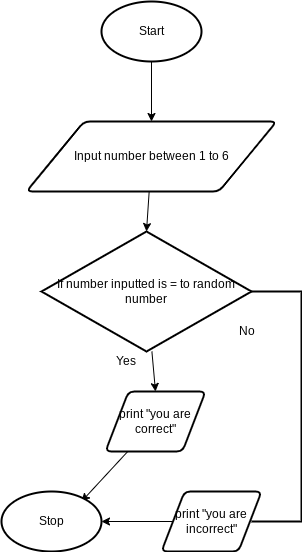
Before: design/flowchart.png, a diagram exported from draw.io (marshall-demars/ICS2O-Unit5-01-HTML). Source tidied: cells renumbered, new cells last; positions are measured from the earlier drawing's top-left corner, leaving out a move shared by most shapes.
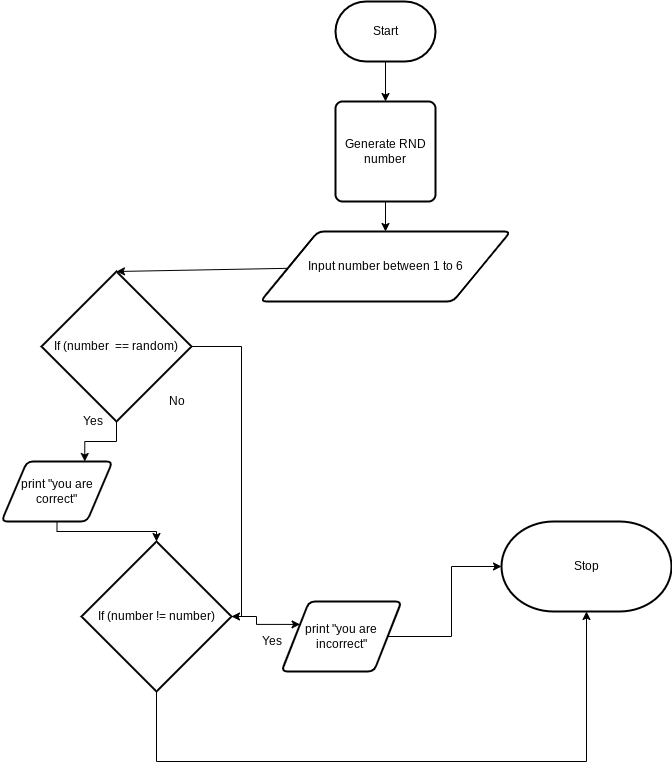
After the commit.

What changed in the source:
```diff
@@ -2,49 +2,75 @@
   <root>
     <mxCell id="0" />
     <mxCell id="1" parent="0" />
-    <mxCell id="2" style="edgeStyle=none;html=1;" parent="1" edge="1" source="3" target="5">
-      <mxGeometry relative="1" as="geometry" />
-    </mxCell>
-    <mxCell id="3" value="Start" style="strokeWidth=2;html=1;shape=mxgraph.flowchart.start_1;whiteSpace=wrap;" parent="1" vertex="1">
-      <mxGeometry x="100" width="100" height="60" as="geometry" />
-    </mxCell>
     <mxCell id="4" style="edgeStyle=none;html=1;entryX=0.5;entryY=0;entryDx=0;entryDy=0;entryPerimeter=0;" parent="1" edge="1" source="5" target="7">
       <mxGeometry relative="1" as="geometry" />
     </mxCell>
     <mxCell id="5" value="Input number between 1 to 6" style="shape=parallelogram;html=1;strokeWidth=2;perimeter=parallelogramPerimeter;whiteSpace=wrap;rounded=1;arcSize=12;size=0.23;" parent="1" vertex="1">
-      <mxGeometry x="25" y="120" width="250" height="70" as="geometry" />
+      <mxGeometry x="29" y="190" width="250" height="70" as="geometry" />
     </mxCell>
-    <mxCell id="6" style="edgeStyle=none;html=1;entryX=0.5;entryY=0;entryDx=0;entryDy=0;" parent="1" edge="1" source="7" target="9">
+    <mxCell id="6" style="edgeStyle=orthogonalEdgeStyle;html=1;entryX=0.75;entryY=0;entryDx=0;entryDy=0;rounded=0;" parent="1" edge="1" source="7" target="9">
       <mxGeometry relative="1" as="geometry" />
     </mxCell>
+    <mxCell id="16" style="edgeStyle=orthogonalEdgeStyle;shape=connector;rounded=0;html=1;labelBackgroundColor=default;fontFamily=Helvetica;fontSize=11;fontColor=default;endArrow=classic;strokeColor=default;entryX=1;entryY=0.5;entryDx=0;entryDy=0;entryPerimeter=0;" parent="1" edge="1" source="7" target="24">
+      <mxGeometry relative="1" as="geometry">
+        <Array as="points">
+          <mxPoint x="10" y="305" />
+          <mxPoint x="10" y="575" />
+        </Array>
+      </mxGeometry>
+    </mxCell>
-    <mxCell id="7" value="If number inputted is = to random number" style="strokeWidth=2;html=1;shape=mxgraph.flowchart.decision;whiteSpace=wrap;" parent="1" vertex="1">
-      <mxGeometry x="40" y="230" width="210" height="120" as="geometry" />
+    <mxCell id="7" value="If (number&amp;nbsp; == random)" style="strokeWidth=2;html=1;shape=mxgraph.flowchart.decision;whiteSpace=wrap;" parent="1" vertex="1">
+      <mxGeometry x="-190" y="230" width="150" height="150" as="geometry" />
     </mxCell>
-    <mxCell id="8" style="edgeStyle=none;html=1;" parent="1" edge="1" source="9">
-      <mxGeometry relative="1" as="geometry">
-        <mxPoint x="80" y="500" as="targetPoint" />
-      </mxGeometry>
-    </mxCell>
+    <mxCell id="17" style="edgeStyle=orthogonalEdgeStyle;shape=connector;rounded=0;html=1;entryX=0.5;entryY=0;entryDx=0;entryDy=0;entryPerimeter=0;labelBackgroundColor=default;fontFamily=Helvetica;fontSize=11;fontColor=default;endArrow=classic;strokeColor=default;" parent="1" edge="1" source="9" target="24">
+      <mxGeometry relative="1" as="geometry" />
+    </mxCell>
     <mxCell id="9" value="print &quot;you are correct&quot;" style="shape=parallelogram;html=1;strokeWidth=2;perimeter=parallelogramPerimeter;whiteSpace=wrap;rounded=1;arcSize=12;size=0.23;" parent="1" vertex="1">
-      <mxGeometry x="104" y="390" width="100" height="60" as="geometry" />
+      <mxGeometry x="-230" y="420" width="111" height="60" as="geometry" />
     </mxCell>
-    <mxCell id="10" value="Stop" style="strokeWidth=2;html=1;shape=mxgraph.flowchart.start_1;whiteSpace=wrap;" parent="1" vertex="1">
-      <mxGeometry y="490" width="100" height="60" as="geometry" />
-    </mxCell>
-    <mxCell id="11" value="Yes" style="text;html=1;align=center;verticalAlign=middle;fillColor=none;strokeColor=none;rounded=0;" parent="1" vertex="1">
-      <mxGeometry x="104" y="350" width="40" height="20" as="geometry" />
-    </mxCell>
     <mxCell id="12" value="No" style="text;html=1;align=center;verticalAlign=middle;fillColor=none;strokeColor=none;rounded=0;" parent="1" vertex="1">
-      <mxGeometry x="230" y="320" width="30" height="20" as="geometry" />
+      <mxGeometry x="-70" y="350" width="30" height="20" as="geometry" />
     </mxCell>
-    <mxCell id="13" style="strokeWidth=2;html=1;shape=mxgraph.flowchart.annotation_1;align=left;rotation=-180;" parent="1" vertex="1">
-      <mxGeometry x="250" y="290" width="50" height="230" as="geometry" />
-    </mxCell>
-    <mxCell id="14" style="edgeStyle=orthogonalEdgeStyle;html=1;entryX=1;entryY=0.5;entryDx=0;entryDy=0;entryPerimeter=0;" parent="1" edge="1" source="15" target="10">
+    <mxCell id="14" style="edgeStyle=orthogonalEdgeStyle;shape=connector;rounded=0;html=1;entryX=0;entryY=0.5;entryDx=0;entryDy=0;entryPerimeter=0;labelBackgroundColor=default;fontFamily=Helvetica;fontSize=11;fontColor=default;endArrow=classic;strokeColor=default;" parent="1" edge="1" source="15" target="10">
       <mxGeometry relative="1" as="geometry" />
     </mxCell>
     <mxCell id="15" value="print &quot;you are incorrect&quot;" style="shape=parallelogram;html=1;strokeWidth=2;perimeter=parallelogramPerimeter;whiteSpace=wrap;rounded=1;arcSize=12;size=0.23;" parent="1" vertex="1">
-      <mxGeometry x="160" y="490" width="100" height="60" as="geometry" />
+      <mxGeometry x="50" y="560" width="120" height="70" as="geometry" />
     </mxCell>
+    <mxCell id="18" style="edgeStyle=none;html=1;entryX=0.5;entryY=0;entryDx=0;entryDy=0;" parent="1" edge="1" source="3" target="20">
+      <mxGeometry relative="1" as="geometry" />
+    </mxCell>
+    <mxCell id="3" value="Start" style="strokeWidth=2;html=1;shape=mxgraph.flowchart.terminator;whiteSpace=wrap;" parent="1" vertex="1">
+      <mxGeometry x="104" y="-40" width="100" height="60" as="geometry" />
+    </mxCell>
+    <mxCell id="10" value="Stop" style="strokeWidth=2;html=1;shape=mxgraph.flowchart.terminator;whiteSpace=wrap;" parent="1" vertex="1">
+      <mxGeometry x="270" y="480" width="170" height="90" as="geometry" />
+    </mxCell>
+    <mxCell id="19" style="edgeStyle=none;html=1;" parent="1" edge="1" source="20" target="5">
+      <mxGeometry relative="1" as="geometry" />
+    </mxCell>
+    <mxCell id="20" value="Generate RND number" style="rounded=1;whiteSpace=wrap;html=1;absoluteArcSize=1;arcSize=14;strokeWidth=2;" parent="1" vertex="1">
+      <mxGeometry x="104" y="60" width="100" height="100" as="geometry" />
+    </mxCell>
+    <mxCell id="21" value="Yes" style="text;html=1;align=center;verticalAlign=middle;fillColor=none;strokeColor=none;rounded=0;" parent="1" vertex="1">
+      <mxGeometry x="-159" y="370" width="40" height="20" as="geometry" />
+    </mxCell>
+    <mxCell id="22" style="edgeStyle=orthogonalEdgeStyle;shape=connector;rounded=0;html=1;entryX=0;entryY=0.25;entryDx=0;entryDy=0;labelBackgroundColor=default;fontFamily=Helvetica;fontSize=11;fontColor=default;endArrow=classic;strokeColor=default;" parent="1" edge="1" source="24" target="15">
+      <mxGeometry relative="1" as="geometry" />
+    </mxCell>
+    <mxCell id="23" style="edgeStyle=orthogonalEdgeStyle;shape=connector;rounded=0;html=1;entryX=0.5;entryY=1;entryDx=0;entryDy=0;entryPerimeter=0;labelBackgroundColor=default;fontFamily=Helvetica;fontSize=11;fontColor=default;endArrow=classic;strokeColor=default;" parent="1" edge="1" source="24" target="10">
+      <mxGeometry relative="1" as="geometry">
+        <Array as="points">
+          <mxPoint x="-75" y="720" />
+          <mxPoint x="355" y="720" />
+        </Array>
+      </mxGeometry>
+    </mxCell>
+    <mxCell id="24" value="If (number != number)" style="strokeWidth=2;html=1;shape=mxgraph.flowchart.decision;whiteSpace=wrap;" parent="1" vertex="1">
+      <mxGeometry x="-150" y="500" width="150" height="150" as="geometry" />
+    </mxCell>
+    <mxCell id="25" value="Yes" style="text;html=1;align=center;verticalAlign=middle;fillColor=none;strokeColor=none;rounded=0;" parent="1" vertex="1">
+      <mxGeometry x="20" y="590" width="40" height="20" as="geometry" />
+    </mxCell>
   </root>
 </mxGraphModel>
```
